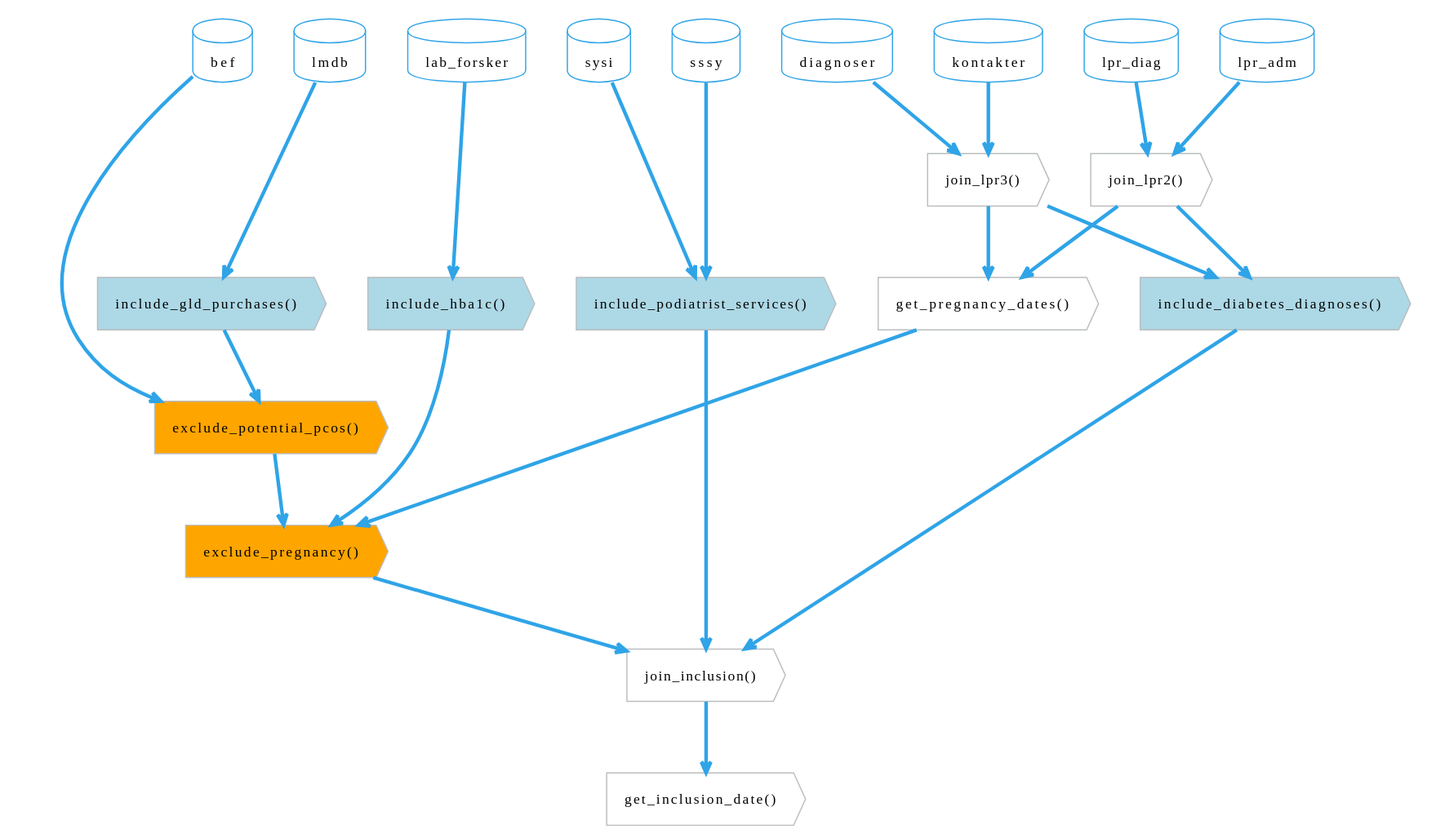
Above: vignettes/articles/function-flow-population.svg in steno-aarhus/osdc (PlantUML), before the change.
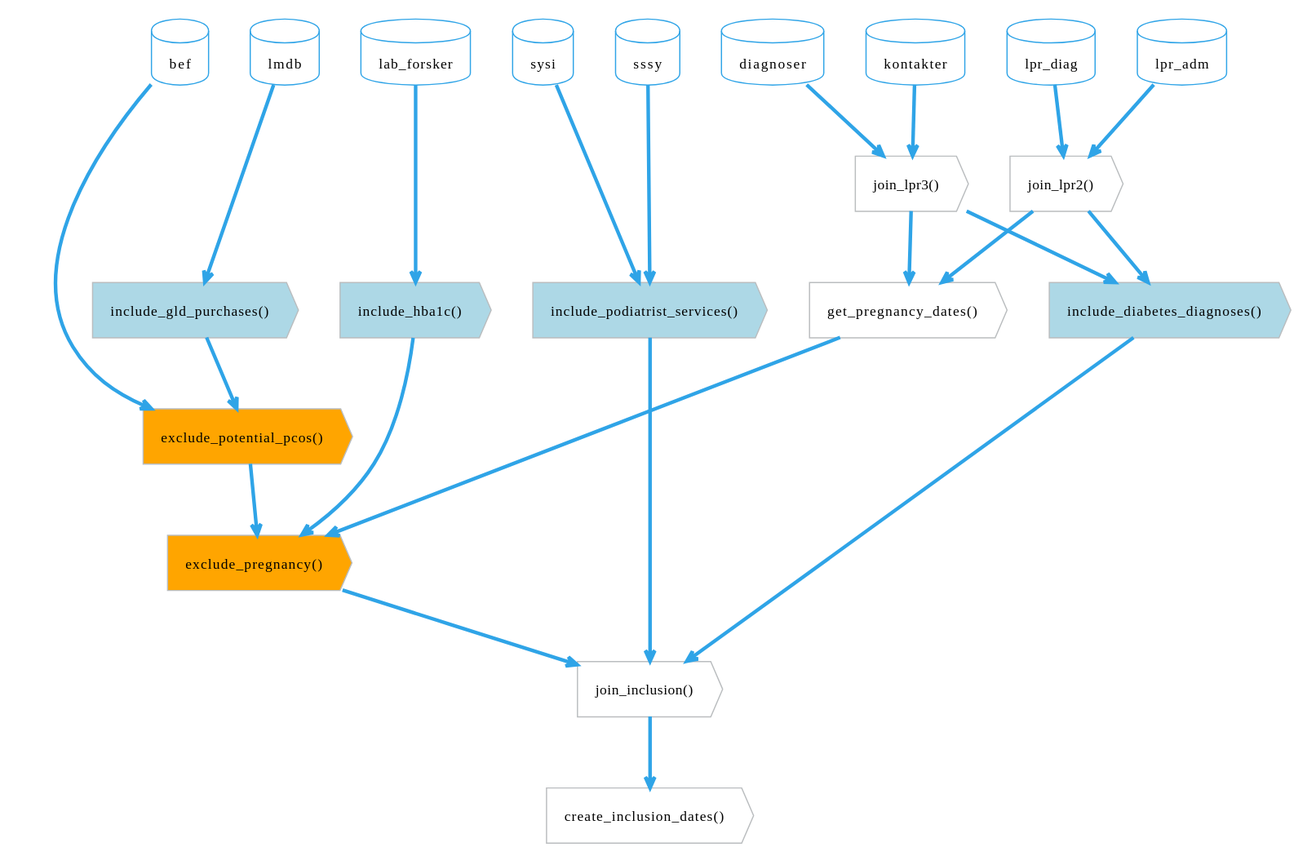
The same diagram one commit later.

Commit message:
docs: :building_construction: update inclusion dates function (#260)

Change to the diagram source:
```diff
@@ -44,7 +44,7 @@
     }
 
     action "join_inclusion()" as join_inclusion
-    action "get_inclusion_date()" as inclusion_date
+    action "create_inclusion_dates()" as inclusion_date
 
     lpr_diag --> lpr2
     lpr_adm --> lpr2
```
